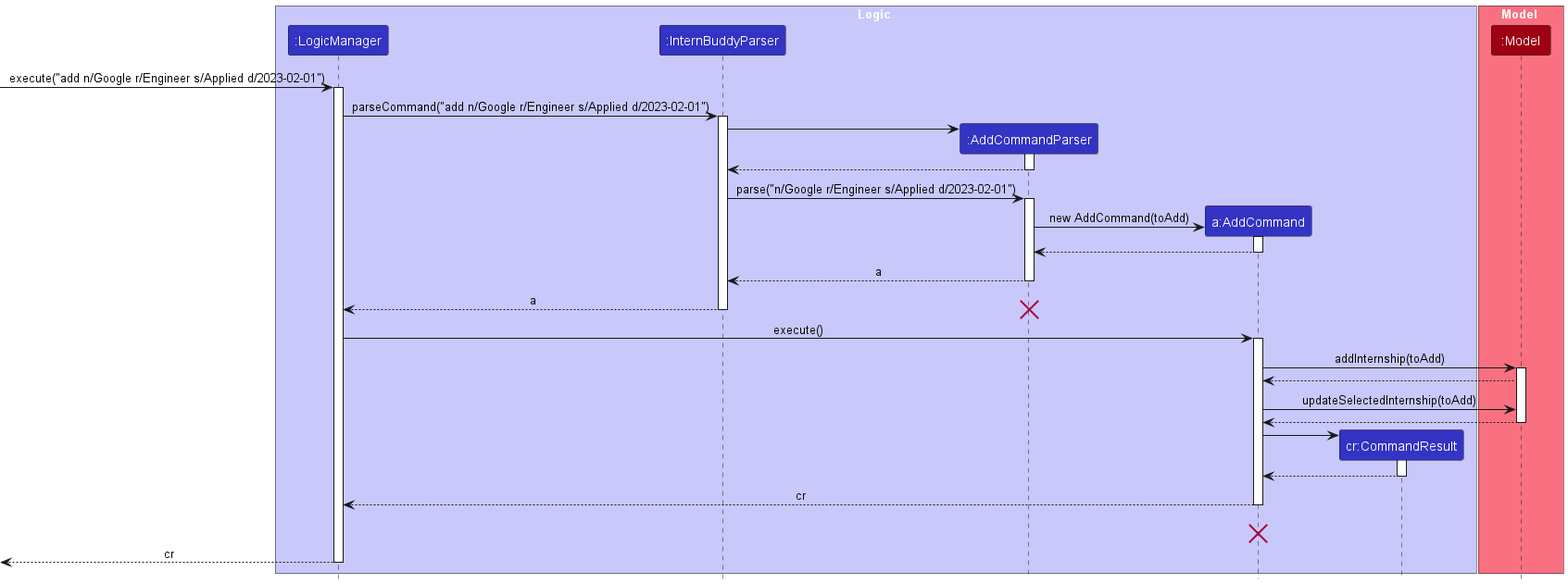
Earlier version of the PlantUML export docs/images/AddSequenceDiagram.png (nus-cs2103-AY2223S2/tp). The source it was exported from:
```plantuml
@startuml
!include style.puml

box Logic LOGIC_COLOR_T1
participant ":LogicManager" as LogicManager LOGIC_COLOR
participant ":InternBuddyParser" as InternBuddyParser LOGIC_COLOR
participant ":AddCommandParser" as AddCommandParser LOGIC_COLOR
participant "a:AddCommand" as AddCommand LOGIC_COLOR
participant "cr:CommandResult" as CommandResult LOGIC_COLOR
end box

box Model MODEL_COLOR_T1
participant ":Model" as Model MODEL_COLOR

end box
[-> LogicManager : execute("add n/Google r/Engineer s/Applied d/2023-02-01")
activate LogicManager

LogicManager -> InternBuddyParser : parseCommand("add n/Google r/Engineer s/Applied d/2023-02-01")
activate InternBuddyParser

create AddCommandParser
InternBuddyParser -> AddCommandParser
activate AddCommandParser

AddCommandParser --> InternBuddyParser
deactivate AddCommandParser



InternBuddyParser -> AddCommandParser : parse("n/Google r/Engineer s/Applied d/2023-02-01")
activate AddCommandParser

create AddCommand
AddCommandParser -> AddCommand : new AddCommand(toAdd)
activate AddCommand

AddCommand --> AddCommandParser
deactivate AddCommand

AddCommandParser --> InternBuddyParser : a
deactivate AddCommandParser


InternBuddyParser --> LogicManager : a
destroy AddCommandParser
deactivate InternBuddyParser

LogicManager -> AddCommand : execute()
activate AddCommand

AddCommand -> Model : addInternship(toAdd)
activate Model

Model --> AddCommand

AddCommand -> Model : updateSelectedInternship(toAdd)

Model --> AddCommand
deactivate Model

create CommandResult
AddCommand -> CommandResult
activate CommandResult
CommandResult --> AddCommand
deactivate CommandResult


AddCommand --> LogicManager : cr
deactivate AddCommand
AddCommand -[hidden]-> LogicManager : result
destroy AddCommand

[<--LogicManager : cr
deactivate LogicManager
@enduml
```
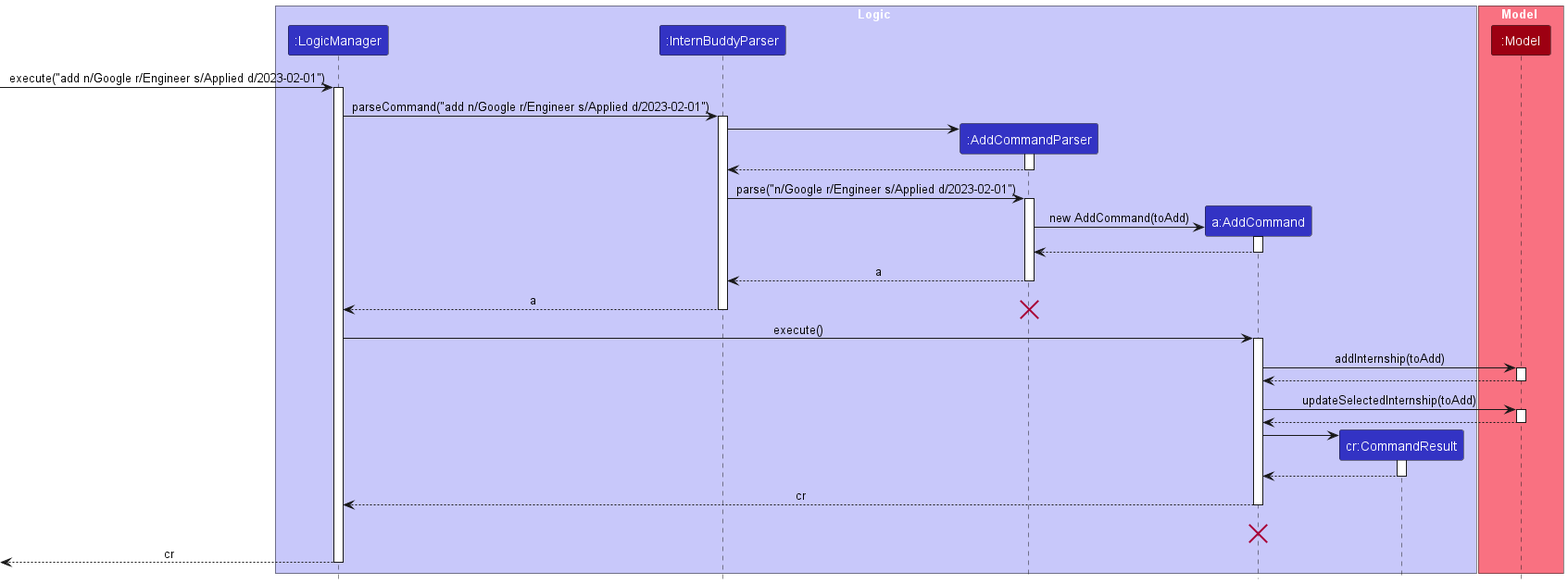
After the change.

Commit message:
Fix Model activation bar

Change to the diagram source:
```diff
@@ -53,8 +53,10 @@
 activate Model
 
 Model --> AddCommand
+deactivate Model
 
 AddCommand -> Model : updateSelectedInternship(toAdd)
+activate Model
 
 Model --> AddCommand
 deactivate Model
```
